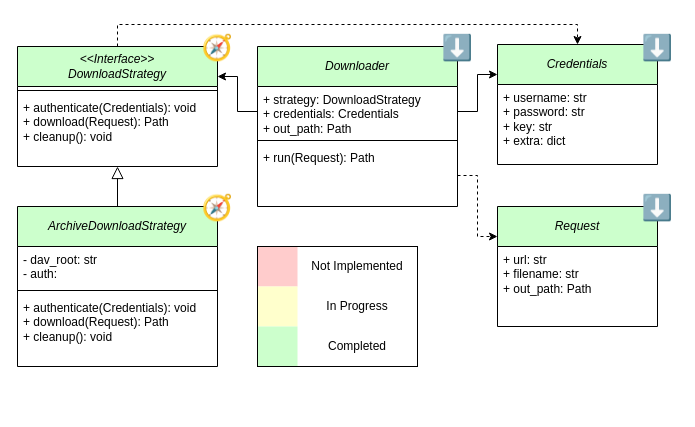
N-Pulse/BMI-SOFT-EMG-Decoding keeps this draw.io diagram as docs/Data Architecture.drawio. Above is the earlier version. Source tidied: cells renumbered, new cells numbered last; positions are measured from the earlier drawing's top-left corner, leaving out a move shared by most shapes. Both pictures are drawn from the tidied source at 100%, with x=0, y=0 at pixel (17, 26).
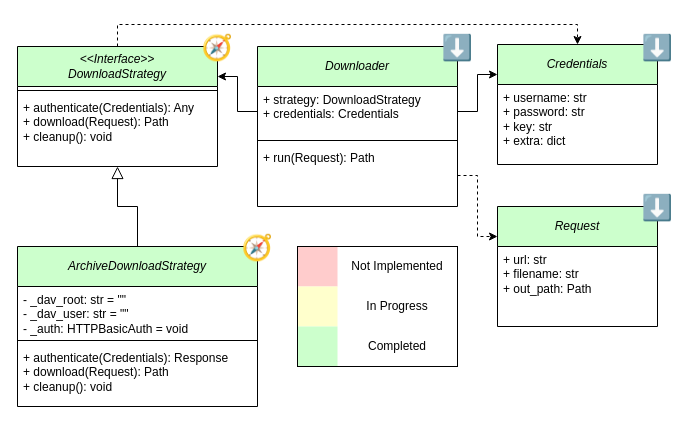
The same page after the edit.

The change refers to these unchanged cells:
```xml
<mxCell id="3" value="&lt;span style=&quot;font-weight: normal;&quot;&gt;&lt;i&gt;Downloader&lt;/i&gt;&lt;/span&gt;" style="swimlane;fontStyle=1;align=center;verticalAlign=middle;horizontal=1;startSize=40;whiteSpace=wrap;html=1;fillColor=#CCFFCC;" parent="1" vertex="1">
  <mxGeometry x="240" y="20" width="200" height="160" as="geometry" />
</mxCell>
<mxCell id="15" value="&lt;div&gt;&lt;span style=&quot;font-weight: normal;&quot;&gt;&lt;i&gt;&amp;lt;&amp;lt;Interface&amp;gt;&amp;gt;&lt;/i&gt;&lt;/span&gt;&lt;/div&gt;&lt;span style=&quot;font-weight: normal;&quot;&gt;&lt;i&gt;DownloadStrategy&lt;/i&gt;&lt;/span&gt;" style="swimlane;fontStyle=1;align=center;verticalAlign=middle;horizontal=1;startSize=40;whiteSpace=wrap;html=1;fillColor=#CCFFCC;" parent="1" vertex="1">
  <mxGeometry y="20" width="200" height="120" as="geometry" />
</mxCell>
```

Change to the diagram source:
```diff
@@
     <mxCell id="2" value="Not Implemented" style="text;html=1;whiteSpace=wrap;strokeColor=none;fillColor=none;align=center;verticalAlign=middle;rounded=0;" parent="1" vertex="1">
-      <mxGeometry x="280" y="220" width="120" height="40" as="geometry" />
+      <mxGeometry x="320" y="220" width="120" height="40" as="geometry" />
     </mxCell>
@@
-    <mxCell id="4" value="+ strategy: DownloadStrategy&lt;div&gt;+ credentials: Credentials&lt;/div&gt;&lt;div&gt;+ out_path: Path&lt;/div&gt;" style="text;strokeColor=none;fillColor=none;align=left;verticalAlign=top;spacingLeft=4;spacingRight=4;overflow=hidden;points=[[0,0.5],[1,0.5]];portConstraint=eastwest;whiteSpace=wrap;html=1;" parent="3" vertex="1">
+    <mxCell id="4" value="+ strategy: DownloadStrategy&lt;div&gt;+ credentials: Credentials&lt;/div&gt;" style="text;strokeColor=none;fillColor=none;align=left;verticalAlign=top;spacingLeft=4;spacingRight=4;overflow=hidden;points=[[0,0.5],[1,0.5]];portConstraint=eastwest;whiteSpace=wrap;html=1;" parent="3" vertex="1">
       <mxGeometry y="40" width="200" height="50" as="geometry" />
     </mxCell>
@@
-    <mxCell id="17" value="+ authenticate(Credentials): void&lt;div&gt;+ download(Request): Path&lt;/div&gt;&lt;div&gt;+ cleanup(): void&lt;/div&gt;" style="text;strokeColor=none;fillColor=none;align=left;verticalAlign=top;spacingLeft=4;spacingRight=4;overflow=hidden;whiteSpace=wrap;html=1;" parent="15" vertex="1">
+    <mxCell id="17" value="+ authenticate(Credentials): Any&lt;div&gt;+ download(Request): Path&lt;/div&gt;&lt;div&gt;+ cleanup(): void&lt;/div&gt;" style="text;strokeColor=none;fillColor=none;align=left;verticalAlign=top;spacingLeft=4;spacingRight=4;overflow=hidden;whiteSpace=wrap;html=1;" parent="15" vertex="1">
       <mxGeometry y="48" width="200" height="72" as="geometry" />
     </mxCell>
@@
     <mxCell id="19" value="&lt;i style=&quot;font-weight: 400;&quot;&gt;ArchiveDownloadStrategy&lt;/i&gt;" style="swimlane;fontStyle=1;align=center;verticalAlign=middle;horizontal=1;startSize=40;whiteSpace=wrap;html=1;fillColor=#CCFFCC;" parent="1" vertex="1">
-      <mxGeometry y="180" width="200" height="160" as="geometry" />
+      <mxGeometry y="220" width="240" height="160" as="geometry" />
     </mxCell>
-    <mxCell id="20" value="- dav_root: str&lt;div&gt;- auth:&amp;nbsp;&lt;/div&gt;" style="text;strokeColor=none;fillColor=none;align=left;verticalAlign=top;spacingLeft=4;spacingRight=4;overflow=hidden;whiteSpace=wrap;html=1;" parent="19" vertex="1">
-      <mxGeometry y="40" width="200" height="40" as="geometry" />
+    <mxCell id="20" value="- _dav_root: str = &quot;&quot;&lt;div&gt;- _dav_user: str = &quot;&quot;&lt;br&gt;&lt;div&gt;- _auth:&amp;nbsp;HTTPBasicAuth = void&lt;/div&gt;&lt;/div&gt;" style="text;strokeColor=none;fillColor=none;align=left;verticalAlign=top;spacingLeft=4;spacingRight=4;overflow=hidden;whiteSpace=wrap;html=1;" parent="19" vertex="1">
+      <mxGeometry y="40" width="240" height="50" as="geometry" />
     </mxCell>
     <mxCell id="21" style="line;strokeWidth=1;fillColor=none;align=left;verticalAlign=middle;spacingTop=-1;spacingLeft=3;spacingRight=3;labelPosition=right;strokeColor=inherit;" parent="19" vertex="1">
-      <mxGeometry y="80" width="200" height="8" as="geometry" />
+      <mxGeometry y="90" width="240" height="8" as="geometry" />
     </mxCell>
-    <mxCell id="22" value="+ authenticate(Credentials): void&lt;div&gt;+ download(Request): Path&lt;/div&gt;&lt;div&gt;+ cleanup(): void&lt;/div&gt;" style="text;strokeColor=none;fillColor=none;align=left;verticalAlign=top;spacingLeft=4;spacingRight=4;overflow=hidden;whiteSpace=wrap;html=1;glass=0;" parent="19" vertex="1">
-      <mxGeometry y="88" width="200" height="72" as="geometry" />
+    <mxCell id="22" value="+ authenticate(Credentials): Response&lt;div&gt;+ download(Request): Path&lt;/div&gt;&lt;div&gt;+ cleanup(): void&lt;/div&gt;" style="text;strokeColor=none;fillColor=none;align=left;verticalAlign=top;spacingLeft=4;spacingRight=4;overflow=hidden;whiteSpace=wrap;html=1;glass=0;" parent="19" vertex="1">
+      <mxGeometry y="98" width="240" height="62" as="geometry" />
     </mxCell>
     <mxCell id="23" style="whiteSpace=wrap;html=1;strokeColor=none;fillColor=light-dark(#FFCCCC,#FFCCE6);" parent="1" vertex="1">
-      <mxGeometry x="240" y="220" width="40" height="40" as="geometry" />
+      <mxGeometry x="280" y="220" width="40" height="40" as="geometry" />
     </mxCell>
     <mxCell id="24" style="whiteSpace=wrap;html=1;strokeColor=none;fillColor=light-dark(#FFFFCC,#FFCCE6);" parent="1" vertex="1">
-      <mxGeometry x="240" y="260" width="40" height="40" as="geometry" />
+      <mxGeometry x="280" y="260" width="40" height="40" as="geometry" />
     </mxCell>
     <mxCell id="25" style="whiteSpace=wrap;html=1;strokeColor=none;fillColor=light-dark(#CCFFCC,#FFCCE6);" parent="1" vertex="1">
-      <mxGeometry x="240" y="300" width="40" height="40" as="geometry" />
+      <mxGeometry x="280" y="300" width="40" height="40" as="geometry" />
     </mxCell>
     <mxCell id="26" value="In&amp;nbsp;&lt;span style=&quot;background-color: transparent; color: light-dark(rgb(0, 0, 0), rgb(255, 255, 255));&quot;&gt;Progress&lt;/span&gt;" style="text;html=1;whiteSpace=wrap;strokeColor=none;fillColor=none;align=center;verticalAlign=middle;rounded=0;" parent="1" vertex="1">
-      <mxGeometry x="280" y="260" width="120" height="40" as="geometry" />
+      <mxGeometry x="320" y="260" width="120" height="40" as="geometry" />
     </mxCell>
     <mxCell id="27" value="Completed" style="text;html=1;whiteSpace=wrap;strokeColor=none;fillColor=none;align=center;verticalAlign=middle;rounded=0;" parent="1" vertex="1">
-      <mxGeometry x="280" y="300" width="120" height="40" as="geometry" />
+      <mxGeometry x="320" y="300" width="120" height="40" as="geometry" />
     </mxCell>
     <mxCell id="28" style="rounded=0;whiteSpace=wrap;html=1;fillColor=none;strokeWidth=1;" parent="1" vertex="1">
-      <mxGeometry x="240" y="220" width="160" height="120" as="geometry" />
+      <mxGeometry x="280" y="220" width="160" height="120" as="geometry" />
     </mxCell>
@@
     <mxCell id="33" value="🧭" style="text;html=1;whiteSpace=wrap;strokeColor=none;fillColor=none;align=center;verticalAlign=middle;rounded=0;fontSize=25;" parent="1" vertex="1">
-      <mxGeometry x="180" y="160" width="40" height="40" as="geometry" />
+      <mxGeometry x="220" y="200" width="40" height="40" as="geometry" />
     </mxCell>
```
